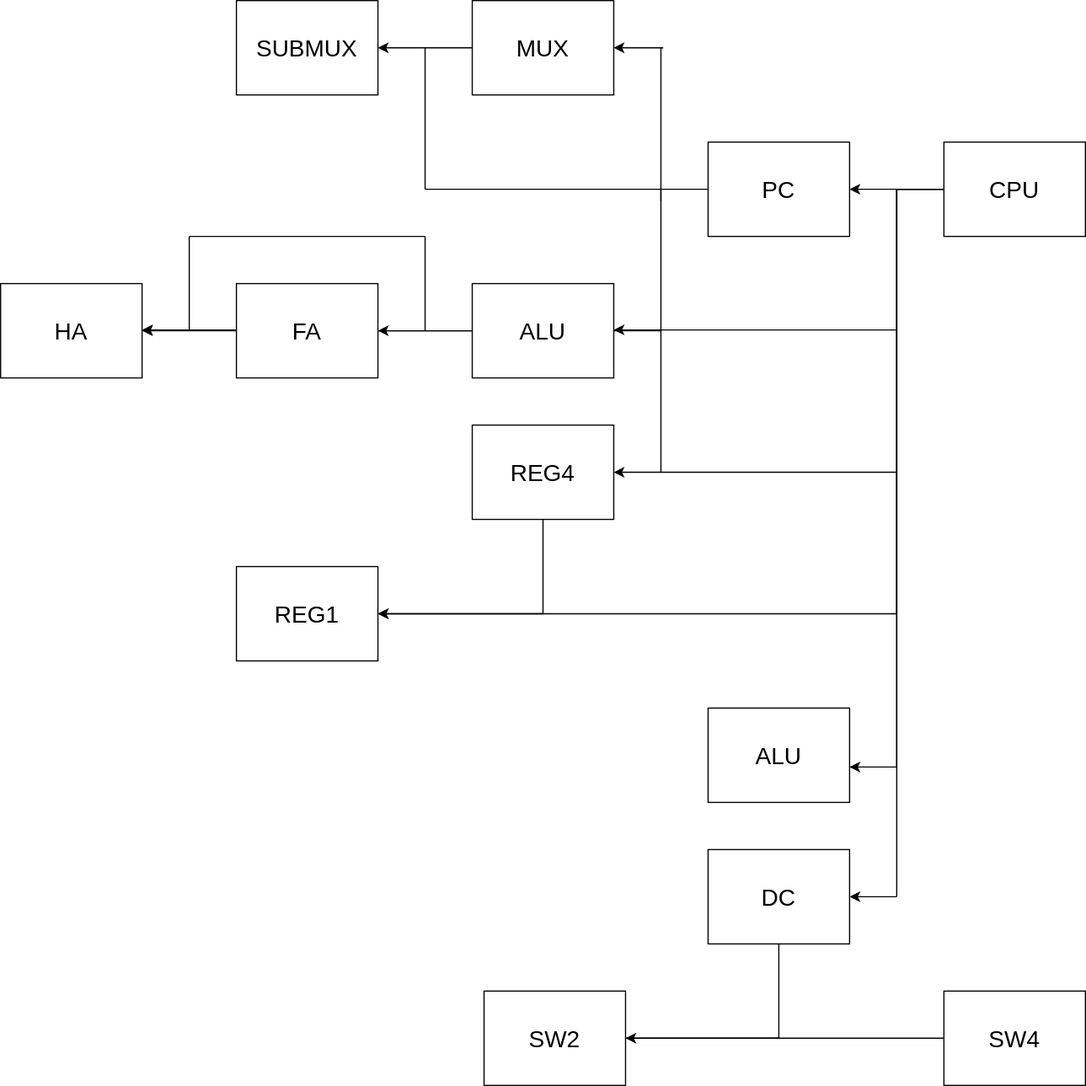
qawatake/cpu keeps this draw.io diagram as td4/dependency.svg. Above is the earlier version. Source tidied: cells renumbered, new cells last; positions are measured from the earlier drawing's top-left corner, leaving out a move shared by most shapes. The source it was exported from:
```xml
<mxGraphModel>
  <root>
    <mxCell id="0" />
    <mxCell id="1" parent="0" />
    <mxCell id="2" style="edgeStyle=orthogonalEdgeStyle;rounded=0;jettySize=auto;html=1;exitX=0;exitY=0.5;exitDx=0;exitDy=0;" parent="1" edge="1" source="6">
      <mxGeometry relative="1" as="geometry">
        <mxPoint x="720" y="160" as="targetPoint" />
      </mxGeometry>
    </mxCell>
    <mxCell id="3" style="edgeStyle=orthogonalEdgeStyle;rounded=0;jettySize=auto;html=1;exitX=0;exitY=0.5;exitDx=0;exitDy=0;" parent="1" edge="1" source="6">
      <mxGeometry relative="1" as="geometry">
        <mxPoint x="720" y="650" as="targetPoint" />
        <Array as="points">
          <mxPoint x="760" y="160" />
          <mxPoint x="760" y="650" />
        </Array>
      </mxGeometry>
    </mxCell>
    <mxCell id="4" style="edgeStyle=orthogonalEdgeStyle;rounded=0;jettySize=auto;html=1;exitX=0;exitY=0.5;exitDx=0;exitDy=0;endArrow=none;endFill=0;" parent="1" edge="1" source="6">
      <mxGeometry relative="1" as="geometry">
        <mxPoint x="760" y="760" as="targetPoint" />
      </mxGeometry>
    </mxCell>
    <mxCell id="5" style="edgeStyle=orthogonalEdgeStyle;rounded=0;jettySize=auto;html=1;exitX=0;exitY=0.5;exitDx=0;exitDy=0;startArrow=none;startFill=0;endArrow=classic;endFill=1;entryX=1;entryY=0.5;entryDx=0;entryDy=0;" parent="1" edge="1" source="6" target="17">
      <mxGeometry relative="1" as="geometry">
        <Array as="points">
          <mxPoint x="760" y="160" />
          <mxPoint x="760" y="520" />
        </Array>
      </mxGeometry>
    </mxCell>
    <mxCell id="6" value="&lt;font style=&quot;font-size: 20px&quot;&gt;CPU&lt;/font&gt;" style="rounded=0;whiteSpace=wrap;html=1;" parent="1" vertex="1">
      <mxGeometry x="800" y="120" width="120" height="80" as="geometry" />
    </mxCell>
    <mxCell id="7" style="edgeStyle=orthogonalEdgeStyle;rounded=0;jettySize=auto;html=1;exitX=0;exitY=0.5;exitDx=0;exitDy=0;endArrow=none;endFill=0;" parent="1" edge="1" source="8">
      <mxGeometry relative="1" as="geometry">
        <mxPoint x="520" y="280" as="targetPoint" />
        <Array as="points">
          <mxPoint x="560" y="160" />
        </Array>
      </mxGeometry>
    </mxCell>
    <mxCell id="8" value="&lt;font style=&quot;font-size: 20px&quot;&gt;PC&lt;/font&gt;" style="whiteSpace=wrap;html=1;" parent="1" vertex="1">
      <mxGeometry x="600" y="120" width="120" height="80" as="geometry" />
    </mxCell>
    <mxCell id="9" style="edgeStyle=orthogonalEdgeStyle;rounded=0;jettySize=auto;html=1;entryX=1;entryY=0.5;entryDx=0;entryDy=0;startArrow=none;startFill=0;endArrow=classic;endFill=1;" parent="1" edge="1" source="10" target="12">
      <mxGeometry relative="1" as="geometry" />
    </mxCell>
    <mxCell id="10" value="&lt;font style=&quot;font-size: 20px&quot;&gt;ALU&lt;/font&gt;" style="rounded=0;whiteSpace=wrap;html=1;" parent="1" vertex="1">
      <mxGeometry x="400" y="240" width="120" height="80" as="geometry" />
    </mxCell>
    <mxCell id="11" value="&lt;font style=&quot;font-size: 20px&quot;&gt;FA&lt;/font&gt;" style="rounded=0;whiteSpace=wrap;html=1;" parent="1" vertex="1">
      <mxGeometry x="200" y="240" width="120" height="80" as="geometry" />
    </mxCell>
    <mxCell id="12" value="&lt;font style=&quot;font-size: 20px&quot;&gt;HA&lt;/font&gt;" style="rounded=0;whiteSpace=wrap;html=1;" parent="1" vertex="1">
      <mxGeometry y="240" width="120" height="80" as="geometry" />
    </mxCell>
    <mxCell id="13" value="&lt;span style=&quot;font-size: 20px&quot;&gt;MUX&lt;/span&gt;" style="rounded=0;whiteSpace=wrap;html=1;" parent="1" vertex="1">
      <mxGeometry x="400" width="120" height="80" as="geometry" />
    </mxCell>
    <mxCell id="14" value="&lt;span style=&quot;font-size: 20px&quot;&gt;SUBMUX&lt;/span&gt;" style="rounded=0;whiteSpace=wrap;html=1;" parent="1" vertex="1">
      <mxGeometry x="200" width="120" height="80" as="geometry" />
    </mxCell>
    <mxCell id="15" style="edgeStyle=orthogonalEdgeStyle;rounded=0;jettySize=auto;html=1;exitX=0.5;exitY=1;exitDx=0;exitDy=0;entryX=1;entryY=0.5;entryDx=0;entryDy=0;startArrow=none;startFill=0;endArrow=classic;endFill=1;" parent="1" edge="1" source="16" target="17">
      <mxGeometry relative="1" as="geometry" />
    </mxCell>
    <mxCell id="16" value="&lt;font style=&quot;font-size: 20px&quot;&gt;REG4&lt;br&gt;&lt;/font&gt;" style="rounded=0;whiteSpace=wrap;html=1;" parent="1" vertex="1">
      <mxGeometry x="400" y="360" width="120" height="80" as="geometry" />
    </mxCell>
    <mxCell id="17" value="&lt;span style=&quot;font-size: 20px&quot;&gt;REG1&lt;/span&gt;" style="rounded=0;whiteSpace=wrap;html=1;" parent="1" vertex="1">
      <mxGeometry x="200" y="480" width="120" height="80" as="geometry" />
    </mxCell>
    <mxCell id="18" style="edgeStyle=orthogonalEdgeStyle;rounded=0;jettySize=auto;html=1;exitX=0.5;exitY=1;exitDx=0;exitDy=0;endArrow=none;endFill=0;entryX=1;entryY=0.5;entryDx=0;entryDy=0;" parent="1" edge="1" source="19" target="22">
      <mxGeometry relative="1" as="geometry" />
    </mxCell>
    <mxCell id="19" value="&lt;span style=&quot;font-size: 20px&quot;&gt;DC&lt;/span&gt;" style="rounded=0;whiteSpace=wrap;html=1;" parent="1" vertex="1">
      <mxGeometry x="600" y="720" width="120" height="80" as="geometry" />
    </mxCell>
    <mxCell id="20" style="edgeStyle=orthogonalEdgeStyle;rounded=0;jettySize=auto;html=1;exitX=0;exitY=0.5;exitDx=0;exitDy=0;entryX=1;entryY=0.5;entryDx=0;entryDy=0;endArrow=classic;endFill=1;startArrow=none;startFill=0;" parent="1" edge="1" source="21" target="22">
      <mxGeometry relative="1" as="geometry" />
    </mxCell>
    <mxCell id="21" value="&lt;font style=&quot;font-size: 20px&quot;&gt;SW4&lt;/font&gt;" style="rounded=0;whiteSpace=wrap;html=1;" parent="1" vertex="1">
      <mxGeometry x="800" y="840" width="120" height="80" as="geometry" />
    </mxCell>
    <mxCell id="22" value="&lt;font style=&quot;font-size: 20px&quot;&gt;SW2&lt;/font&gt;" style="rounded=0;whiteSpace=wrap;html=1;" parent="1" vertex="1">
      <mxGeometry x="410" y="840" width="120" height="80" as="geometry" />
    </mxCell>
    <mxCell id="23" value="&lt;font style=&quot;font-size: 20px&quot;&gt;ALU&lt;/font&gt;" style="rounded=0;whiteSpace=wrap;html=1;" parent="1" vertex="1">
      <mxGeometry x="600" y="600" width="120" height="80" as="geometry" />
    </mxCell>
    <mxCell id="24" style="endArrow=classic;html=1;" parent="1" edge="1">
      <mxGeometry relative="1" as="geometry">
        <mxPoint x="760" y="760" as="sourcePoint" />
        <mxPoint x="720" y="760" as="targetPoint" />
      </mxGeometry>
    </mxCell>
    <mxCell id="25" style="endArrow=classic;html=1;entryX=1;entryY=0.5;entryDx=0;entryDy=0;" parent="1" edge="1" target="16">
      <mxGeometry relative="1" as="geometry">
        <mxPoint x="760" y="400" as="sourcePoint" />
      </mxGeometry>
    </mxCell>
    <mxCell id="26" style="endArrow=classic;html=1;entryX=1;entryY=0.5;entryDx=0;entryDy=0;" parent="1" edge="1">
      <mxGeometry relative="1" as="geometry">
        <mxPoint x="760" y="279.3" as="sourcePoint" />
        <mxPoint x="520" y="279.3" as="targetPoint" />
      </mxGeometry>
    </mxCell>
    <mxCell id="27" style="endArrow=none;html=1;" parent="1" edge="1">
      <mxGeometry relative="1" as="geometry">
        <mxPoint x="560" y="400" as="sourcePoint" />
        <mxPoint x="560" y="280" as="targetPoint" />
      </mxGeometry>
    </mxCell>
    <mxCell id="28" style="endArrow=classic;html=1;entryX=1;entryY=0.5;entryDx=0;entryDy=0;" parent="1" edge="1" target="13">
      <mxGeometry relative="1" as="geometry">
        <mxPoint x="562" y="40" as="sourcePoint" />
      </mxGeometry>
    </mxCell>
    <mxCell id="29" style="endArrow=none;html=1;" parent="1" edge="1">
      <mxGeometry relative="1" as="geometry">
        <mxPoint x="560" y="170" as="sourcePoint" />
        <mxPoint x="560" y="40" as="targetPoint" />
      </mxGeometry>
    </mxCell>
    <mxCell id="30" style="endArrow=classic;html=1;entryX=1;entryY=0.5;entryDx=0;entryDy=0;" parent="1" edge="1" target="14">
      <mxGeometry relative="1" as="geometry">
        <mxPoint x="400" y="40" as="sourcePoint" />
      </mxGeometry>
    </mxCell>
    <mxCell id="31" style="endArrow=classic;html=1;entryX=1;entryY=0.5;entryDx=0;entryDy=0;exitX=0;exitY=0.5;exitDx=0;exitDy=0;" parent="1" edge="1" source="10">
      <mxGeometry relative="1" as="geometry">
        <mxPoint x="320" y="280" as="targetPoint" />
      </mxGeometry>
    </mxCell>
    <mxCell id="32" style="endArrow=classic;html=1;entryX=1;entryY=0.5;entryDx=0;entryDy=0;exitX=0;exitY=0.5;exitDx=0;exitDy=0;" parent="1" edge="1">
      <mxGeometry relative="1" as="geometry">
        <mxPoint x="200" y="279.3" as="sourcePoint" />
        <mxPoint x="120" y="279.3" as="targetPoint" />
      </mxGeometry>
    </mxCell>
    <mxCell id="33" style="endArrow=none;html=1;" parent="1" edge="1">
      <mxGeometry relative="1" as="geometry">
        <mxPoint x="360" y="160" as="sourcePoint" />
        <mxPoint x="560" y="160" as="targetPoint" />
      </mxGeometry>
    </mxCell>
    <mxCell id="34" style="endArrow=none;html=1;" parent="1" edge="1">
      <mxGeometry relative="1" as="geometry">
        <mxPoint x="360" y="160" as="sourcePoint" />
        <mxPoint x="360" y="40" as="targetPoint" />
      </mxGeometry>
    </mxCell>
    <mxCell id="35" style="endArrow=none;html=1;" parent="1" edge="1">
      <mxGeometry relative="1" as="geometry">
        <mxPoint x="360" y="280" as="sourcePoint" />
        <mxPoint x="360" y="200" as="targetPoint" />
      </mxGeometry>
    </mxCell>
    <mxCell id="36" style="endArrow=none;html=1;" parent="1" edge="1">
      <mxGeometry relative="1" as="geometry">
        <mxPoint x="160" y="200" as="sourcePoint" />
        <mxPoint x="360" y="200" as="targetPoint" />
      </mxGeometry>
    </mxCell>
    <mxCell id="37" style="endArrow=none;html=1;" parent="1" edge="1">
      <mxGeometry relative="1" as="geometry">
        <mxPoint x="160" y="280" as="sourcePoint" />
        <mxPoint x="160" y="200" as="targetPoint" />
      </mxGeometry>
    </mxCell>
  </root>
</mxGraphModel>
```
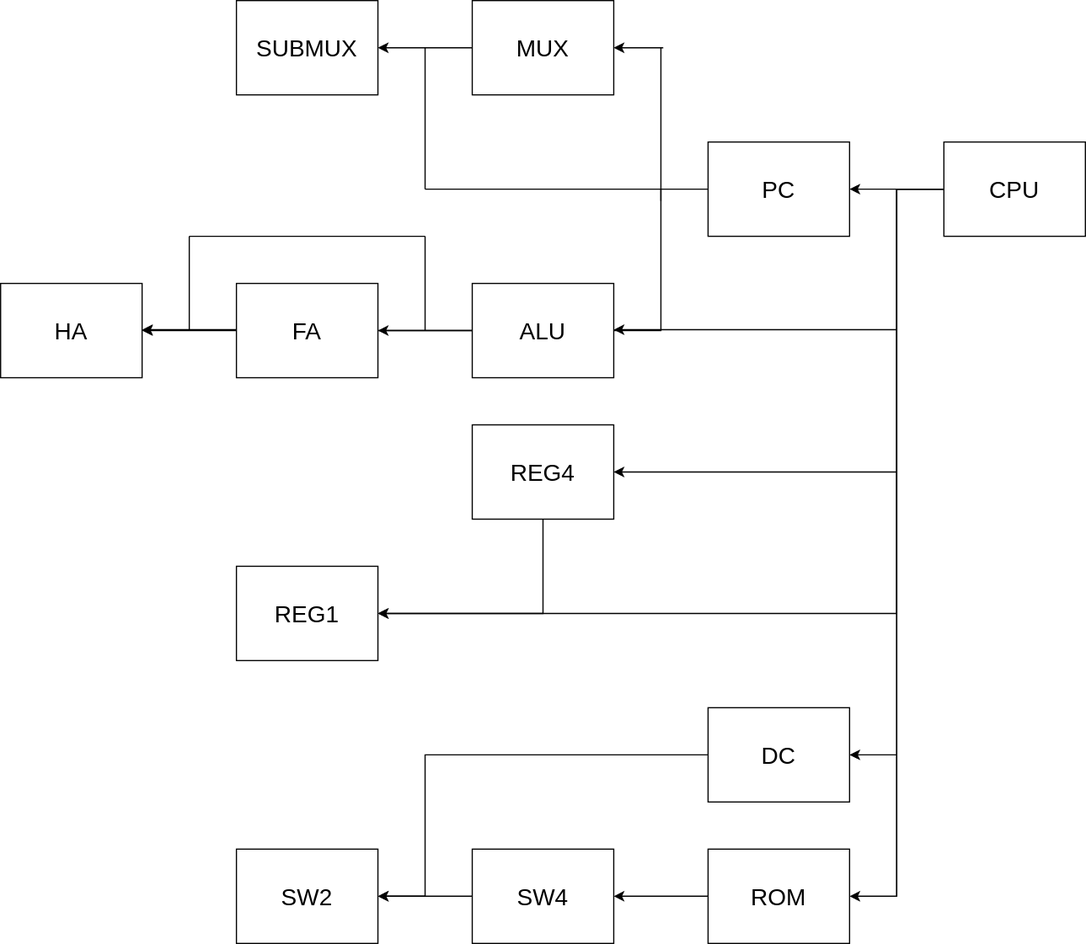
The same diagram one commit later.

Commit message:
Add ROM to dependency graph

Diff of the diagram source:
```diff
@@ -7,15 +7,6 @@
         <mxPoint x="720" y="160" as="targetPoint" />
       </mxGeometry>
     </mxCell>
-    <mxCell id="3" style="edgeStyle=orthogonalEdgeStyle;rounded=0;jettySize=auto;html=1;exitX=0;exitY=0.5;exitDx=0;exitDy=0;" parent="1" edge="1" source="6">
-      <mxGeometry relative="1" as="geometry">
-        <mxPoint x="720" y="650" as="targetPoint" />
-        <Array as="points">
-          <mxPoint x="760" y="160" />
-          <mxPoint x="760" y="650" />
-        </Array>
-      </mxGeometry>
-    </mxCell>
     <mxCell id="4" style="edgeStyle=orthogonalEdgeStyle;rounded=0;jettySize=auto;html=1;exitX=0;exitY=0.5;exitDx=0;exitDy=0;endArrow=none;endFill=0;" parent="1" edge="1" source="6">
       <mxGeometry relative="1" as="geometry">
         <mxPoint x="760" y="760" as="targetPoint" />
@@ -29,6 +20,9 @@
         </Array>
       </mxGeometry>
     </mxCell>
+    <mxCell id="38" style="edgeStyle=orthogonalEdgeStyle;rounded=0;jettySize=auto;html=1;entryX=1;entryY=0.5;entryDx=0;entryDy=0;" parent="1" edge="1" source="6" target="40">
+      <mxGeometry relative="1" as="geometry" />
+    </mxCell>
     <mxCell id="6" value="&lt;font style=&quot;font-size: 20px&quot;&gt;CPU&lt;/font&gt;" style="rounded=0;whiteSpace=wrap;html=1;" parent="1" vertex="1">
       <mxGeometry x="800" y="120" width="120" height="80" as="geometry" />
     </mxCell>
@@ -70,28 +64,30 @@
     <mxCell id="17" value="&lt;span style=&quot;font-size: 20px&quot;&gt;REG1&lt;/span&gt;" style="rounded=0;whiteSpace=wrap;html=1;" parent="1" vertex="1">
       <mxGeometry x="200" y="480" width="120" height="80" as="geometry" />
     </mxCell>
-    <mxCell id="18" style="edgeStyle=orthogonalEdgeStyle;rounded=0;jettySize=auto;html=1;exitX=0.5;exitY=1;exitDx=0;exitDy=0;endArrow=none;endFill=0;entryX=1;entryY=0.5;entryDx=0;entryDy=0;" parent="1" edge="1" source="19" target="22">
-      <mxGeometry relative="1" as="geometry" />
+    <mxCell id="18" style="edgeStyle=orthogonalEdgeStyle;rounded=0;jettySize=auto;html=1;entryX=1;entryY=0.5;entryDx=0;entryDy=0;" parent="1" edge="1" source="19" target="22">
+      <mxGeometry relative="1" as="geometry">
+        <Array as="points">
+          <mxPoint x="360" y="640" />
+          <mxPoint x="360" y="760" />
+        </Array>
+      </mxGeometry>
     </mxCell>
     <mxCell id="19" value="&lt;span style=&quot;font-size: 20px&quot;&gt;DC&lt;/span&gt;" style="rounded=0;whiteSpace=wrap;html=1;" parent="1" vertex="1">
-      <mxGeometry x="600" y="720" width="120" height="80" as="geometry" />
+      <mxGeometry x="600" y="600" width="120" height="80" as="geometry" />
     </mxCell>
     <mxCell id="20" style="edgeStyle=orthogonalEdgeStyle;rounded=0;jettySize=auto;html=1;exitX=0;exitY=0.5;exitDx=0;exitDy=0;entryX=1;entryY=0.5;entryDx=0;entryDy=0;endArrow=classic;endFill=1;startArrow=none;startFill=0;" parent="1" edge="1" source="21" target="22">
       <mxGeometry relative="1" as="geometry" />
     </mxCell>
     <mxCell id="21" value="&lt;font style=&quot;font-size: 20px&quot;&gt;SW4&lt;/font&gt;" style="rounded=0;whiteSpace=wrap;html=1;" parent="1" vertex="1">
-      <mxGeometry x="800" y="840" width="120" height="80" as="geometry" />
+      <mxGeometry x="400" y="720" width="120" height="80" as="geometry" />
     </mxCell>
     <mxCell id="22" value="&lt;font style=&quot;font-size: 20px&quot;&gt;SW2&lt;/font&gt;" style="rounded=0;whiteSpace=wrap;html=1;" parent="1" vertex="1">
-      <mxGeometry x="410" y="840" width="120" height="80" as="geometry" />
+      <mxGeometry x="200" y="720" width="120" height="80" as="geometry" />
     </mxCell>
-    <mxCell id="23" value="&lt;font style=&quot;font-size: 20px&quot;&gt;ALU&lt;/font&gt;" style="rounded=0;whiteSpace=wrap;html=1;" parent="1" vertex="1">
-      <mxGeometry x="600" y="600" width="120" height="80" as="geometry" />
-    </mxCell>
     <mxCell id="24" style="endArrow=classic;html=1;" parent="1" edge="1">
       <mxGeometry relative="1" as="geometry">
-        <mxPoint x="760" y="760" as="sourcePoint" />
-        <mxPoint x="720" y="760" as="targetPoint" />
+        <mxPoint x="760" y="640" as="sourcePoint" />
+        <mxPoint x="720" y="640" as="targetPoint" />
       </mxGeometry>
     </mxCell>
     <mxCell id="25" style="endArrow=classic;html=1;entryX=1;entryY=0.5;entryDx=0;entryDy=0;" parent="1" edge="1" target="16">
@@ -105,12 +101,6 @@
         <mxPoint x="520" y="279.3" as="targetPoint" />
       </mxGeometry>
     </mxCell>
-    <mxCell id="27" style="endArrow=none;html=1;" parent="1" edge="1">
-      <mxGeometry relative="1" as="geometry">
-        <mxPoint x="560" y="400" as="sourcePoint" />
-        <mxPoint x="560" y="280" as="targetPoint" />
-      </mxGeometry>
-    </mxCell>
     <mxCell id="28" style="endArrow=classic;html=1;entryX=1;entryY=0.5;entryDx=0;entryDy=0;" parent="1" edge="1" target="13">
       <mxGeometry relative="1" as="geometry">
         <mxPoint x="562" y="40" as="sourcePoint" />
@@ -168,5 +158,11 @@
         <mxPoint x="160" y="200" as="targetPoint" />
       </mxGeometry>
     </mxCell>
+    <mxCell id="39" style="edgeStyle=orthogonalEdgeStyle;rounded=0;jettySize=auto;html=1;exitX=0;exitY=0.5;exitDx=0;exitDy=0;entryX=1;entryY=0.5;entryDx=0;entryDy=0;" parent="1" edge="1" source="40" target="21">
+      <mxGeometry relative="1" as="geometry" />
+    </mxCell>
+    <mxCell id="40" value="&lt;font style=&quot;font-size: 20px&quot;&gt;ROM&lt;/font&gt;" style="rounded=0;whiteSpace=wrap;html=1;" parent="1" vertex="1">
+      <mxGeometry x="600" y="720" width="120" height="80" as="geometry" />
+    </mxCell>
   </root>
 </mxGraphModel>
```
